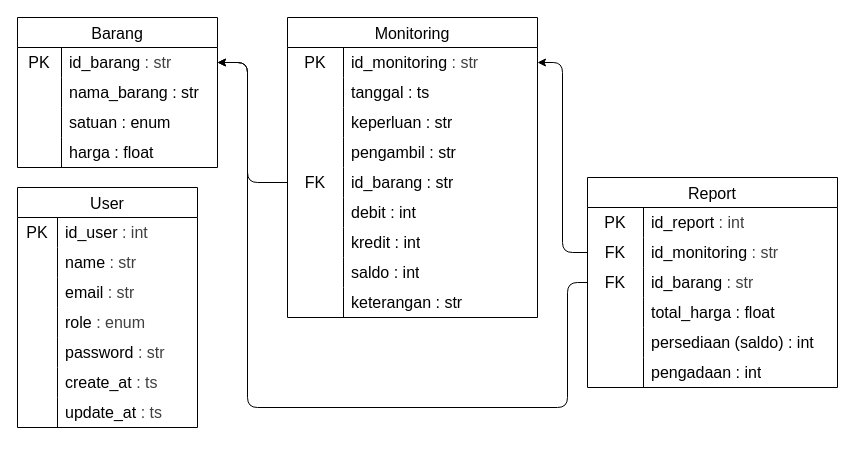
The draw.io diagram page "relation-tb" (1 of 3) of flow.drawio in Fakhrezy/sistem-atk-paljaya, before the edit. Source tidied: cells renumbered, new cells numbered last; positions are measured from the earlier drawing's top-left corner, leaving out a move shared by most shapes. Both pictures are drawn from the tidied source at 100%, with x=0, y=0 at pixel (17, 17).
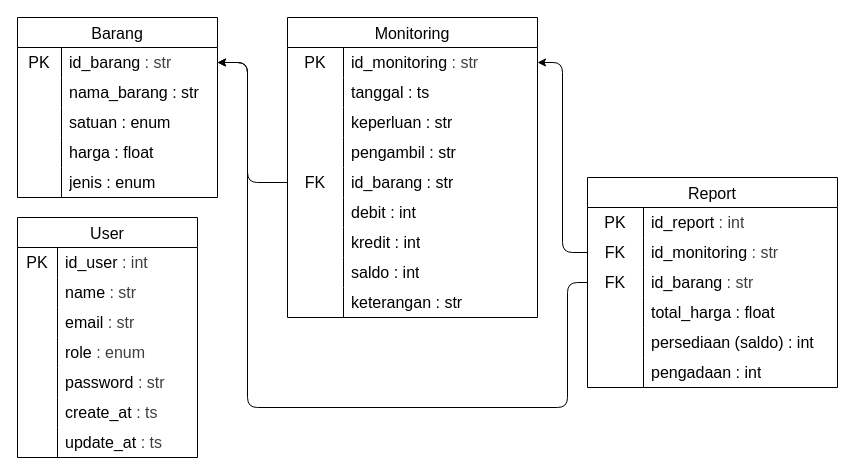
Above is the later version.

What changed in the source:
```diff
@@
     <mxCell id="30" value="User" style="shape=table;startSize=30;childLayout=tableLayout;rowLines=0;fontStyle=0;strokeColor=default;fontSize=16;" parent="1" vertex="1">
-      <mxGeometry y="170" width="180" height="240" as="geometry" />
+      <mxGeometry y="200" width="180" height="240" as="geometry" />
     </mxCell>
@@
     <mxCell id="52" value="Barang" style="shape=table;startSize=30;childLayout=tableLayout;rowLines=0;fontStyle=0;strokeColor=default;fontSize=16;" parent="1" vertex="1">
-      <mxGeometry width="200" height="150" as="geometry" />
+      <mxGeometry width="200" height="180" as="geometry" />
     </mxCell>
@@
+    <mxCell id="87" style="shape=tableRow;horizontal=0;startSize=0;swimlaneHead=0;swimlaneBody=0;top=0;left=0;bottom=0;right=0;fillColor=none;strokeColor=inherit;fontSize=16;" parent="52" vertex="1">
+      <mxGeometry y="150" width="200" height="30" as="geometry" />
+    </mxCell>
+    <mxCell id="88" style="shape=partialRectangle;html=1;whiteSpace=wrap;fillColor=none;top=0;left=0;bottom=0;right=0;overflow=hidden;strokeColor=inherit;fontSize=16;" parent="87" vertex="1">
+      <mxGeometry width="44" height="30" as="geometry" />
+    </mxCell>
+    <mxCell id="89" value="jenis : enum" style="shape=partialRectangle;html=1;whiteSpace=wrap;fillColor=none;top=0;left=0;bottom=0;right=0;align=left;spacingLeft=6;overflow=hidden;strokeColor=inherit;fontSize=16;" parent="87" vertex="1">
+      <mxGeometry x="44" width="156" height="30" as="geometry" />
+    </mxCell>
```
